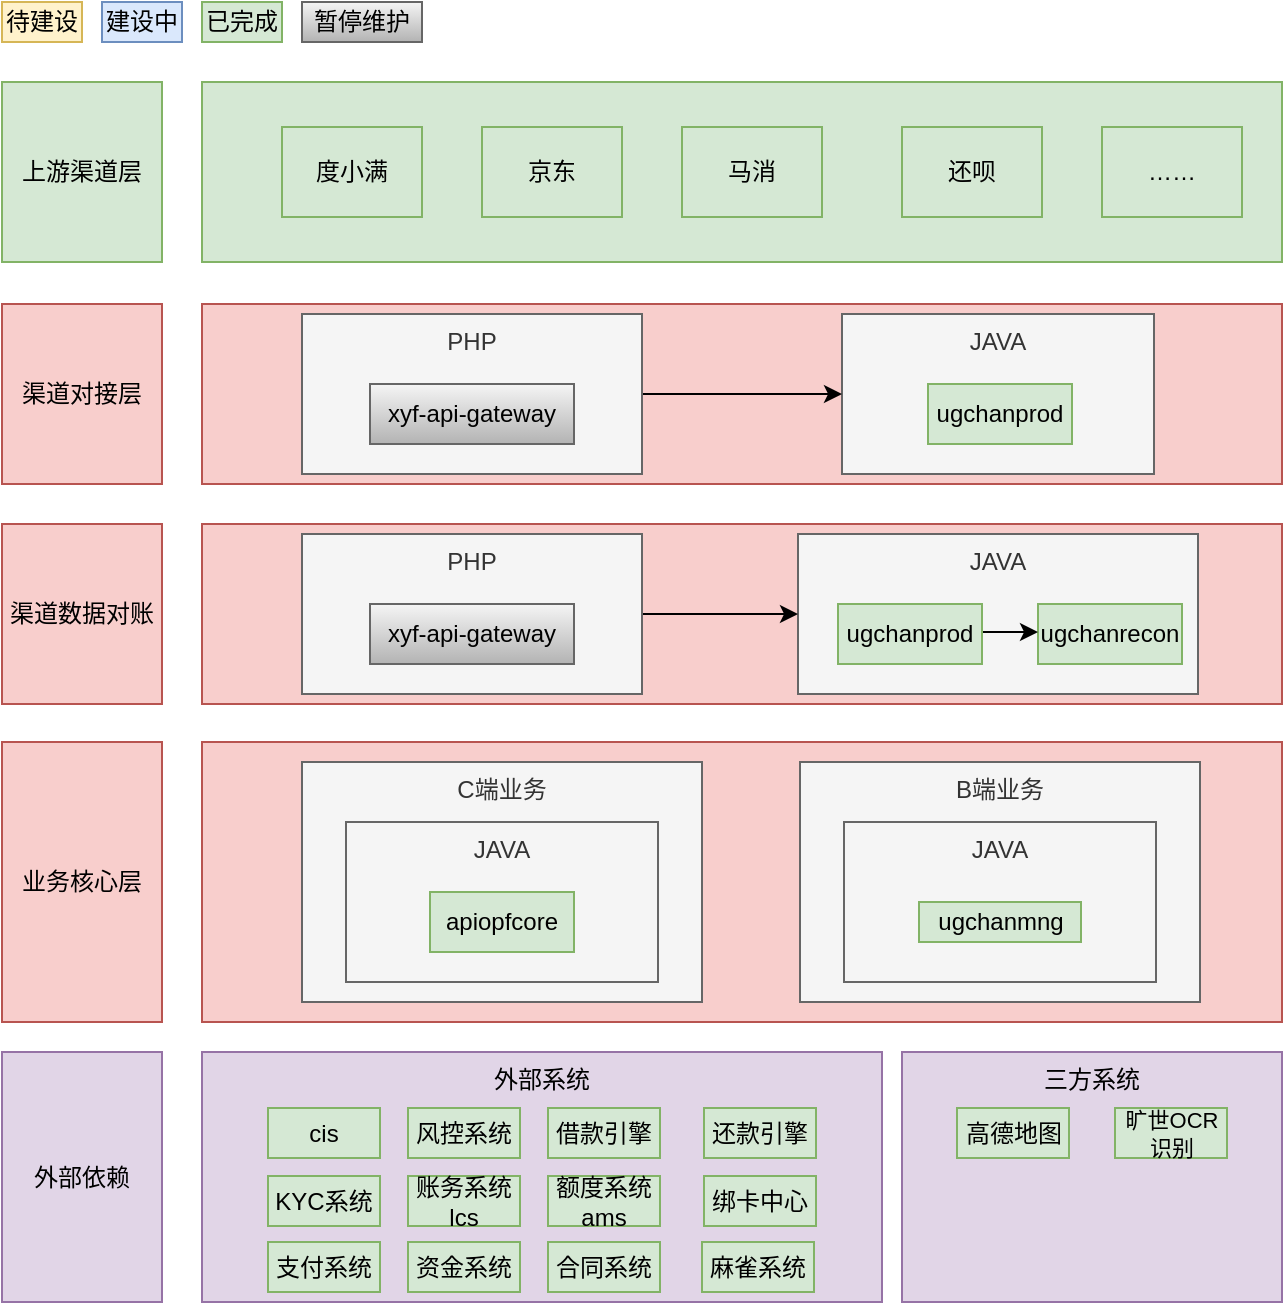
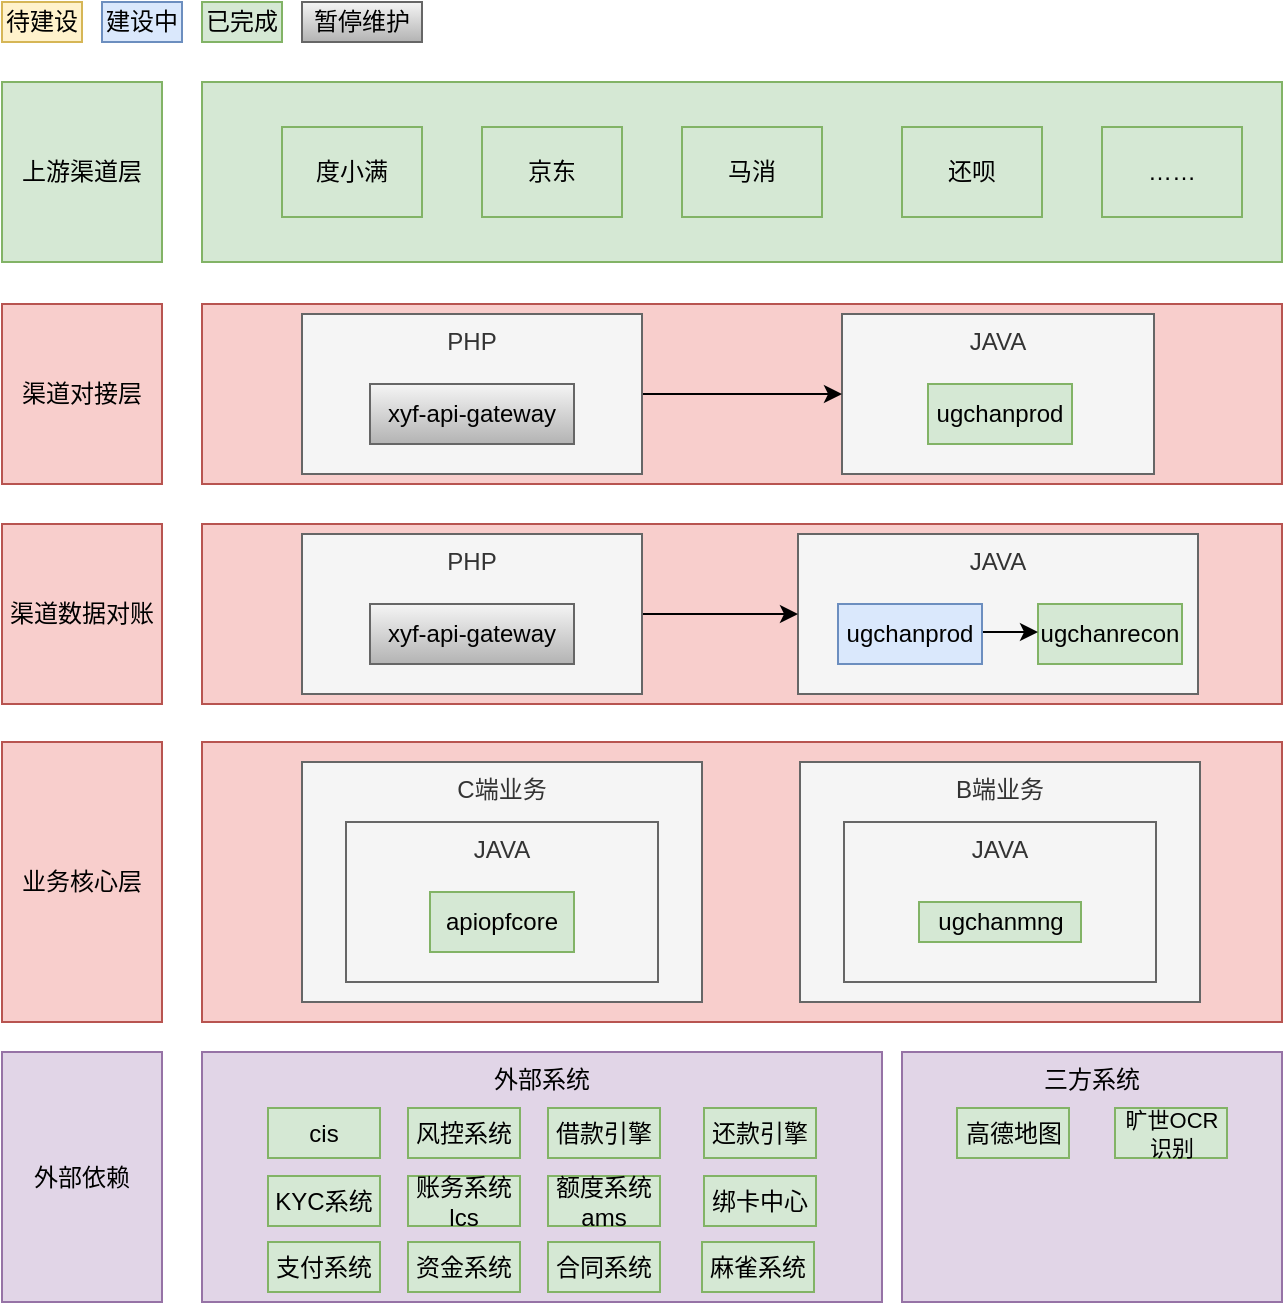
<mxfile host="app.diagrams.net" agent="Mozilla/5.0 (Macintosh; Intel Mac OS X 10_15_7) AppleWebKit/537.36 (KHTML, like Gecko) Chrome/131.0.0.0 Safari/537.36 Edg/131.0.0.0">
  <diagram id="prtHgNgQTEPvFCAcTncT" name="Page-1">
    <mxGraphModel dx="1713" dy="1105" grid="1" gridSize="10" guides="1" tooltips="1" connect="1" arrows="1" fold="1" page="1" pageScale="1" pageWidth="827" pageHeight="1169" math="0" shadow="0">
      <root>
        <mxCell id="0" />
        <mxCell id="1" parent="0" />
        <mxCell id="XHcRj8FyIUyCIuukIsDU-2" parent="1" style="rounded=0;whiteSpace=wrap;html=1;labelBackgroundColor=none;fillColor=#d5e8d4;strokeColor=#82b366;" value="上游渠道层" vertex="1">
          <mxGeometry height="90" width="80" x="70" y="100" as="geometry" />
        </mxCell>
        <mxCell id="XHcRj8FyIUyCIuukIsDU-3" parent="1" style="rounded=0;whiteSpace=wrap;html=1;labelBackgroundColor=none;fillColor=#d5e8d4;strokeColor=#82b366;" value="" vertex="1">
          <mxGeometry height="90" width="540" x="170" y="100" as="geometry" />
        </mxCell>
        <mxCell id="XHcRj8FyIUyCIuukIsDU-4" parent="1" style="rounded=0;whiteSpace=wrap;html=1;labelBackgroundColor=none;fillColor=#d5e8d4;strokeColor=#82b366;" value="度小满" vertex="1">
          <mxGeometry height="45" width="70" x="210" y="122.5" as="geometry" />
        </mxCell>
        <mxCell id="XHcRj8FyIUyCIuukIsDU-5" parent="1" style="rounded=0;whiteSpace=wrap;html=1;labelBackgroundColor=none;fillColor=#d5e8d4;strokeColor=#82b366;" value="京东" vertex="1">
          <mxGeometry height="45" width="70" x="310" y="122.5" as="geometry" />
        </mxCell>
        <mxCell id="XHcRj8FyIUyCIuukIsDU-6" parent="1" style="rounded=0;whiteSpace=wrap;html=1;labelBackgroundColor=none;fillColor=#d5e8d4;strokeColor=#82b366;" value="马消" vertex="1">
          <mxGeometry height="45" width="70" x="410" y="122.5" as="geometry" />
        </mxCell>
        <mxCell id="XHcRj8FyIUyCIuukIsDU-7" parent="1" style="rounded=0;whiteSpace=wrap;html=1;labelBackgroundColor=none;fillColor=#d5e8d4;strokeColor=#82b366;" value="还呗" vertex="1">
          <mxGeometry height="45" width="70" x="520" y="122.5" as="geometry" />
        </mxCell>
        <mxCell id="XHcRj8FyIUyCIuukIsDU-8" parent="1" style="rounded=0;whiteSpace=wrap;html=1;labelBackgroundColor=none;fillColor=#d5e8d4;strokeColor=#82b366;" value="……" vertex="1">
          <mxGeometry height="45" width="70" x="620" y="122.5" as="geometry" />
        </mxCell>
        <mxCell id="XHcRj8FyIUyCIuukIsDU-9" parent="1" style="rounded=0;whiteSpace=wrap;html=1;labelBackgroundColor=none;fillColor=#f8cecc;strokeColor=#b85450;" value="渠道对接层" vertex="1">
          <mxGeometry height="90" width="80" x="70" y="211" as="geometry" />
        </mxCell>
        <mxCell id="XHcRj8FyIUyCIuukIsDU-10" parent="1" style="rounded=0;whiteSpace=wrap;html=1;labelBackgroundColor=none;fillColor=#f8cecc;strokeColor=#b85450;" value="" vertex="1">
          <mxGeometry height="90" width="540" x="170" y="211" as="geometry" />
        </mxCell>
        <mxCell id="XHcRj8FyIUyCIuukIsDU-11" parent="1" style="rounded=0;whiteSpace=wrap;html=1;verticalAlign=top;labelBackgroundColor=none;fillColor=#f5f5f5;fontColor=#333333;strokeColor=#666666;" value="JAVA" vertex="1">
          <mxGeometry height="80" width="156" x="490" y="216" as="geometry" />
        </mxCell>
        <mxCell id="XHcRj8FyIUyCIuukIsDU-12" parent="1" style="text;html=1;align=center;verticalAlign=middle;whiteSpace=wrap;rounded=0;labelBackgroundColor=none;fillColor=#d5e8d4;strokeColor=#82b366;" value="ugchanprod" vertex="1">
          <mxGeometry height="30" width="72" x="533" y="251" as="geometry" />
        </mxCell>
        <mxCell id="XHcRj8FyIUyCIuukIsDU-21" edge="1" parent="1" source="XHcRj8FyIUyCIuukIsDU-13" style="edgeStyle=orthogonalEdgeStyle;rounded=0;orthogonalLoop=1;jettySize=auto;html=1;" target="XHcRj8FyIUyCIuukIsDU-11">
          <mxGeometry relative="1" as="geometry" />
        </mxCell>
        <mxCell id="XHcRj8FyIUyCIuukIsDU-13" parent="1" style="rounded=0;whiteSpace=wrap;html=1;verticalAlign=top;labelBackgroundColor=none;fillColor=#f5f5f5;fontColor=#333333;strokeColor=#666666;" value="PHP" vertex="1">
          <mxGeometry height="80" width="170" x="220" y="216" as="geometry" />
        </mxCell>
        <mxCell id="XHcRj8FyIUyCIuukIsDU-14" parent="1" style="text;html=1;align=center;verticalAlign=middle;whiteSpace=wrap;rounded=0;labelBackgroundColor=none;fillColor=#f5f5f5;gradientColor=#b3b3b3;strokeColor=#666666;" value="xyf-api-gateway" vertex="1">
          <mxGeometry height="30" width="102" x="254" y="251" as="geometry" />
        </mxCell>
        <mxCell id="XHcRj8FyIUyCIuukIsDU-15" parent="1" style="rounded=0;whiteSpace=wrap;html=1;fillColor=#fff2cc;strokeColor=#d6b656;" value="待建设" vertex="1">
          <mxGeometry height="20" width="40" x="70" y="60" as="geometry" />
        </mxCell>
        <mxCell id="XHcRj8FyIUyCIuukIsDU-16" parent="1" style="rounded=0;whiteSpace=wrap;html=1;fillColor=#dae8fc;strokeColor=#6c8ebf;" value="建设中" vertex="1">
          <mxGeometry height="20" width="40" x="120" y="60" as="geometry" />
        </mxCell>
        <mxCell id="XHcRj8FyIUyCIuukIsDU-17" parent="1" style="rounded=0;whiteSpace=wrap;html=1;fillColor=#d5e8d4;strokeColor=#82b366;" value="已完成" vertex="1">
          <mxGeometry height="20" width="40" x="170" y="60" as="geometry" />
        </mxCell>
        <mxCell id="XHcRj8FyIUyCIuukIsDU-18" parent="1" style="rounded=0;whiteSpace=wrap;html=1;fillColor=#f5f5f5;strokeColor=#666666;gradientColor=#b3b3b3;" value="暂停维护" vertex="1">
          <mxGeometry height="20" width="60" x="220" y="60" as="geometry" />
        </mxCell>
        <mxCell id="v9PM_FaOoYrTA3S6MkpD-1" parent="1" style="rounded=0;whiteSpace=wrap;html=1;labelBackgroundColor=none;fillColor=#f8cecc;strokeColor=#b85450;" value="渠道数据对账" vertex="1">
          <mxGeometry height="90" width="80" x="70" y="321" as="geometry" />
        </mxCell>
        <mxCell id="v9PM_FaOoYrTA3S6MkpD-2" parent="1" style="rounded=0;whiteSpace=wrap;html=1;labelBackgroundColor=none;fillColor=#f8cecc;strokeColor=#b85450;" value="" vertex="1">
          <mxGeometry height="90" width="540" x="170" y="321" as="geometry" />
        </mxCell>
        <mxCell id="v9PM_FaOoYrTA3S6MkpD-3" parent="1" style="rounded=0;whiteSpace=wrap;html=1;verticalAlign=top;labelBackgroundColor=none;fillColor=#f5f5f5;fontColor=#333333;strokeColor=#666666;" value="JAVA" vertex="1">
          <mxGeometry height="80" width="200" x="468" y="326" as="geometry" />
        </mxCell>
        <mxCell id="v9PM_FaOoYrTA3S6MkpD-4" parent="1" style="text;html=1;align=center;verticalAlign=middle;whiteSpace=wrap;rounded=0;labelBackgroundColor=none;fillColor=#d5e8d4;strokeColor=#82b366;" value="ugchanrecon" vertex="1">
          <mxGeometry height="30" width="72" x="588" y="361" as="geometry" />
        </mxCell>
        <mxCell id="v9PM_FaOoYrTA3S6MkpD-5" edge="1" parent="1" source="v9PM_FaOoYrTA3S6MkpD-6" style="edgeStyle=orthogonalEdgeStyle;rounded=0;orthogonalLoop=1;jettySize=auto;html=1;" target="v9PM_FaOoYrTA3S6MkpD-3">
          <mxGeometry relative="1" as="geometry" />
        </mxCell>
        <mxCell id="v9PM_FaOoYrTA3S6MkpD-6" parent="1" style="rounded=0;whiteSpace=wrap;html=1;verticalAlign=top;labelBackgroundColor=none;fillColor=#f5f5f5;fontColor=#333333;strokeColor=#666666;" value="PHP" vertex="1">
          <mxGeometry height="80" width="170" x="220" y="326" as="geometry" />
        </mxCell>
        <mxCell id="v9PM_FaOoYrTA3S6MkpD-7" parent="1" style="text;html=1;align=center;verticalAlign=middle;whiteSpace=wrap;rounded=0;labelBackgroundColor=none;fillColor=#f5f5f5;gradientColor=#b3b3b3;strokeColor=#666666;" value="xyf-api-gateway" vertex="1">
          <mxGeometry height="30" width="102" x="254" y="361" as="geometry" />
        </mxCell>
        <mxCell id="v9PM_FaOoYrTA3S6MkpD-10" edge="1" parent="1" style="edgeStyle=orthogonalEdgeStyle;rounded=0;orthogonalLoop=1;jettySize=auto;html=1;entryX=0;entryY=0.5;entryDx=0;entryDy=0;">
          <mxGeometry relative="1" as="geometry">
            <mxPoint x="559.9999999999991" y="375" as="sourcePoint" />
            <mxPoint x="588" y="375" as="targetPoint" />
          </mxGeometry>
        </mxCell>
-         <mxCell id="v9PM_FaOoYrTA3S6MkpD-8" parent="1" style="text;html=1;align=center;verticalAlign=middle;whiteSpace=wrap;rounded=0;labelBackgroundColor=none;fillColor=#d5e8d4;strokeColor=#82b366;" value="ugchanprod" vertex="1">
+         <mxCell id="v9PM_FaOoYrTA3S6MkpD-8" parent="1" style="text;html=1;align=center;verticalAlign=middle;whiteSpace=wrap;rounded=0;labelBackgroundColor=none;fillColor=#dae8fc;strokeColor=#6c8ebf;" value="ugchanprod" vertex="1">
          <mxGeometry height="30" width="72" x="488" y="361" as="geometry" />
        </mxCell>
        <mxCell id="v9PM_FaOoYrTA3S6MkpD-11" parent="1" style="rounded=0;whiteSpace=wrap;html=1;labelBackgroundColor=none;fillColor=#f8cecc;strokeColor=#b85450;" value="业务核心层" vertex="1">
          <mxGeometry height="140" width="80" x="70" y="430" as="geometry" />
        </mxCell>
        <mxCell id="v9PM_FaOoYrTA3S6MkpD-12" parent="1" style="rounded=0;whiteSpace=wrap;html=1;labelBackgroundColor=none;fillColor=#f8cecc;strokeColor=#b85450;" value="" vertex="1">
          <mxGeometry height="140" width="540" x="170" y="430" as="geometry" />
        </mxCell>
        <mxCell id="v9PM_FaOoYrTA3S6MkpD-13" parent="1" style="rounded=0;whiteSpace=wrap;html=1;verticalAlign=top;labelBackgroundColor=none;fillColor=#f5f5f5;fontColor=#333333;strokeColor=#666666;" value="C端业务" vertex="1">
          <mxGeometry height="120" width="200" x="220" y="440" as="geometry" />
        </mxCell>
        <mxCell id="v9PM_FaOoYrTA3S6MkpD-14" parent="1" style="rounded=0;whiteSpace=wrap;html=1;labelBackgroundColor=none;fillColor=#e1d5e7;strokeColor=#9673a6;" value="外部依赖" vertex="1">
          <mxGeometry height="125" width="80" x="70" y="585" as="geometry" />
        </mxCell>
        <mxCell id="v9PM_FaOoYrTA3S6MkpD-15" parent="1" style="rounded=0;whiteSpace=wrap;html=1;verticalAlign=top;labelBackgroundColor=none;fillColor=#f5f5f5;fontColor=#333333;strokeColor=#666666;" value="B端业务" vertex="1">
          <mxGeometry height="120" width="200" x="469" y="440" as="geometry" />
        </mxCell>
        <mxCell id="v9PM_FaOoYrTA3S6MkpD-16" parent="1" style="rounded=0;whiteSpace=wrap;html=1;verticalAlign=top;labelBackgroundColor=none;fillColor=#f5f5f5;fontColor=#333333;strokeColor=#666666;" value="JAVA" vertex="1">
          <mxGeometry height="80" width="156" x="491" y="470" as="geometry" />
        </mxCell>
        <mxCell id="v9PM_FaOoYrTA3S6MkpD-18" parent="1" style="rounded=0;whiteSpace=wrap;html=1;fillColor=#d5e8d4;strokeColor=#82b366;" value="ugchanmng" vertex="1">
          <mxGeometry height="20" width="81" x="528.5" y="510" as="geometry" />
        </mxCell>
        <mxCell id="v9PM_FaOoYrTA3S6MkpD-19" parent="1" style="rounded=0;whiteSpace=wrap;html=1;verticalAlign=top;labelBackgroundColor=none;fillColor=#f5f5f5;fontColor=#333333;strokeColor=#666666;" value="JAVA" vertex="1">
          <mxGeometry height="80" width="156" x="242" y="470" as="geometry" />
        </mxCell>
        <mxCell id="v9PM_FaOoYrTA3S6MkpD-20" parent="1" style="text;html=1;align=center;verticalAlign=middle;whiteSpace=wrap;rounded=0;labelBackgroundColor=none;fillColor=#d5e8d4;strokeColor=#82b366;" value="apiopfcore" vertex="1">
          <mxGeometry height="30" width="72" x="284" y="505" as="geometry" />
        </mxCell>
        <mxCell id="v9PM_FaOoYrTA3S6MkpD-21" parent="1" style="rounded=0;whiteSpace=wrap;html=1;labelBackgroundColor=none;fillColor=#e1d5e7;strokeColor=#9673a6;verticalAlign=top;" value="外部系统" vertex="1">
          <mxGeometry height="125" width="340" x="170" y="585" as="geometry" />
        </mxCell>
        <mxCell id="v9PM_FaOoYrTA3S6MkpD-22" parent="1" style="rounded=0;whiteSpace=wrap;html=1;labelBackgroundColor=none;fillColor=#d5e8d4;strokeColor=#82b366;" value="cis" vertex="1">
          <mxGeometry height="25" width="56" x="203" y="613" as="geometry" />
        </mxCell>
        <mxCell id="v9PM_FaOoYrTA3S6MkpD-23" parent="1" style="rounded=0;whiteSpace=wrap;html=1;labelBackgroundColor=none;fillColor=#d5e8d4;strokeColor=#82b366;" value="风控系统" vertex="1">
          <mxGeometry height="25" width="56" x="273" y="613" as="geometry" />
        </mxCell>
        <mxCell id="v9PM_FaOoYrTA3S6MkpD-24" parent="1" style="rounded=0;whiteSpace=wrap;html=1;labelBackgroundColor=none;fillColor=#e1d5e7;strokeColor=#9673a6;verticalAlign=top;" value="三方系统" vertex="1">
          <mxGeometry height="125" width="190" x="520" y="585" as="geometry" />
        </mxCell>
        <mxCell id="v9PM_FaOoYrTA3S6MkpD-25" parent="1" style="rounded=0;whiteSpace=wrap;html=1;labelBackgroundColor=none;fillColor=#d5e8d4;strokeColor=#82b366;" value="借款引擎" vertex="1">
          <mxGeometry height="25" width="56" x="343" y="613" as="geometry" />
        </mxCell>
        <mxCell id="v9PM_FaOoYrTA3S6MkpD-26" parent="1" style="rounded=0;whiteSpace=wrap;html=1;labelBackgroundColor=none;fillColor=#d5e8d4;strokeColor=#82b366;" value="KYC系统" vertex="1">
          <mxGeometry height="25" width="56" x="203" y="647" as="geometry" />
        </mxCell>
        <mxCell id="v9PM_FaOoYrTA3S6MkpD-27" parent="1" style="rounded=0;whiteSpace=wrap;html=1;labelBackgroundColor=none;fillColor=#d5e8d4;strokeColor=#82b366;" value="还款引擎" vertex="1">
          <mxGeometry height="25" width="56" x="421" y="613" as="geometry" />
        </mxCell>
        <mxCell id="v9PM_FaOoYrTA3S6MkpD-28" parent="1" style="rounded=0;whiteSpace=wrap;html=1;labelBackgroundColor=none;fillColor=#d5e8d4;strokeColor=#82b366;" value="账务系统lcs" vertex="1">
          <mxGeometry height="25" width="56" x="273" y="647" as="geometry" />
        </mxCell>
        <mxCell id="v9PM_FaOoYrTA3S6MkpD-29" parent="1" style="rounded=0;whiteSpace=wrap;html=1;labelBackgroundColor=none;fillColor=#d5e8d4;strokeColor=#82b366;" value="额度系统ams" vertex="1">
          <mxGeometry height="25" width="56" x="343" y="647" as="geometry" />
        </mxCell>
        <mxCell id="v9PM_FaOoYrTA3S6MkpD-30" parent="1" style="rounded=0;whiteSpace=wrap;html=1;labelBackgroundColor=none;fillColor=#d5e8d4;strokeColor=#82b366;" value="绑卡中心" vertex="1">
          <mxGeometry height="25" width="56" x="421" y="647" as="geometry" />
        </mxCell>
        <mxCell id="v9PM_FaOoYrTA3S6MkpD-31" parent="1" style="rounded=0;whiteSpace=wrap;html=1;labelBackgroundColor=none;fillColor=#d5e8d4;strokeColor=#82b366;" value="支付系统" vertex="1">
          <mxGeometry height="25" width="56" x="203" y="680" as="geometry" />
        </mxCell>
        <mxCell id="v9PM_FaOoYrTA3S6MkpD-32" parent="1" style="rounded=0;whiteSpace=wrap;html=1;labelBackgroundColor=none;fillColor=#d5e8d4;strokeColor=#82b366;" value="资金系统" vertex="1">
          <mxGeometry height="25" width="56" x="273" y="680" as="geometry" />
        </mxCell>
        <mxCell id="v9PM_FaOoYrTA3S6MkpD-33" parent="1" style="rounded=0;whiteSpace=wrap;html=1;labelBackgroundColor=none;fillColor=#d5e8d4;strokeColor=#82b366;" value="合同系统" vertex="1">
          <mxGeometry height="25" width="56" x="343" y="680" as="geometry" />
        </mxCell>
        <mxCell id="v9PM_FaOoYrTA3S6MkpD-34" parent="1" style="rounded=0;whiteSpace=wrap;html=1;labelBackgroundColor=none;fillColor=#d5e8d4;strokeColor=#82b366;" value="麻雀系统" vertex="1">
          <mxGeometry height="25" width="56" x="420" y="680" as="geometry" />
        </mxCell>
        <mxCell id="v9PM_FaOoYrTA3S6MkpD-35" parent="1" style="rounded=0;whiteSpace=wrap;html=1;labelBackgroundColor=none;fillColor=#d5e8d4;strokeColor=#82b366;" value="高德地图" vertex="1">
          <mxGeometry height="25" width="56" x="547.5" y="613" as="geometry" />
        </mxCell>
        <mxCell id="v9PM_FaOoYrTA3S6MkpD-36" parent="1" style="rounded=0;whiteSpace=wrap;html=1;labelBackgroundColor=none;fillColor=#d5e8d4;strokeColor=#82b366;fontSize=11;" value="旷世OCR识别" vertex="1">
          <mxGeometry height="25" width="56" x="626.5" y="613" as="geometry" />
        </mxCell>
      </root>
    </mxGraphModel>
  </diagram>
</mxfile>
